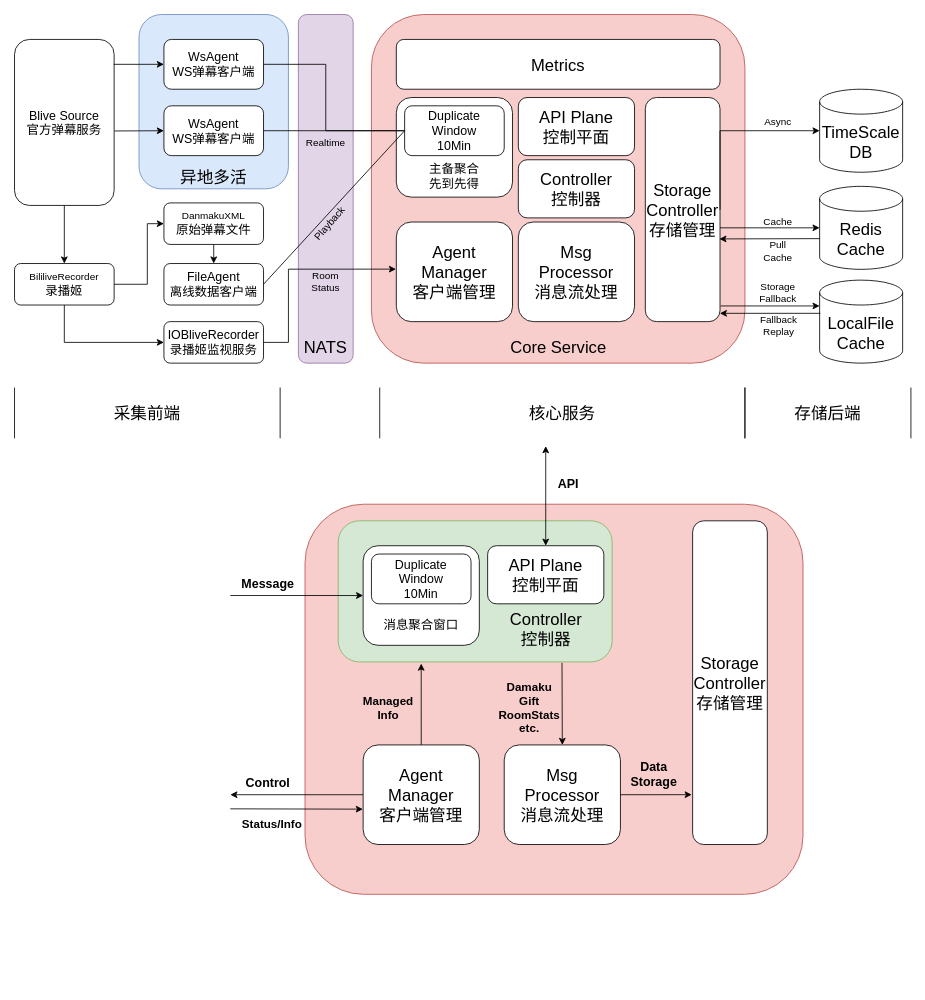
The draw.io diagram page "io-blive-damaku" (2 of 2) of docs/biliCenter.drawio in TiyaAnlite/FocotServices, before the edit. Source tidied: cells renumbered, new cells numbered last; positions are measured from the earlier drawing's top-left corner, leaving out a move shared by most shapes. Both pictures are drawn from the tidied source at 83%, with x=0, y=0 at pixel (14, 14).
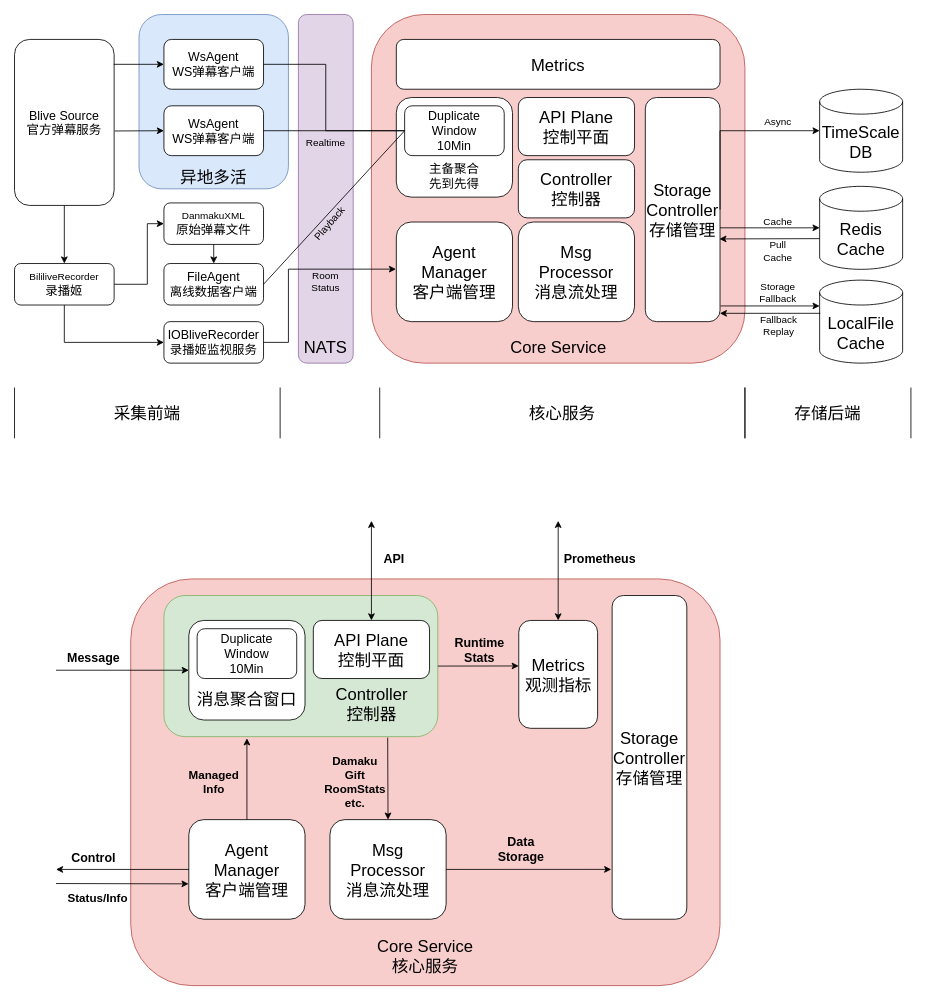
The same diagram, later.

What changed in the source:
```diff
@@
     <mxCell id="53" style="rounded=1;whiteSpace=wrap;html=1;fillColor=#f8cecc;strokeColor=#b85450;" parent="1" vertex="1">
-      <mxGeometry x="350" y="590" width="600" height="470" as="geometry" />
+      <mxGeometry x="140" y="680" width="710" height="490" as="geometry" />
     </mxCell>
     <mxCell id="54" style="rounded=1;whiteSpace=wrap;html=1;fontSize=20;fillColor=#d5e8d4;strokeColor=#82b366;" parent="1" vertex="1">
-      <mxGeometry x="390" y="610" width="330" height="170" as="geometry" />
+      <mxGeometry x="180" y="700" width="330" height="170" as="geometry" />
     </mxCell>
     <mxCell id="55" style="rounded=1;whiteSpace=wrap;html=1;" parent="1" vertex="1">
-      <mxGeometry x="420" y="640" width="140" height="120" as="geometry" />
+      <mxGeometry x="210" y="730" width="140" height="120" as="geometry" />
     </mxCell>
     <mxCell id="56" value="Duplicate Window&lt;div&gt;10Min&lt;/div&gt;" style="rounded=1;whiteSpace=wrap;html=1;fontSize=15;" parent="1" vertex="1">
-      <mxGeometry x="430" y="650" width="120" height="60" as="geometry" />
+      <mxGeometry x="220" y="740" width="120" height="60" as="geometry" />
     </mxCell>
-    <mxCell id="57" value="&lt;span style=&quot;font-size: 15px;&quot;&gt;消息聚合窗口&lt;/span&gt;" style="text;html=1;align=center;verticalAlign=middle;whiteSpace=wrap;rounded=0;" parent="1" vertex="1">
-      <mxGeometry x="430" y="720" width="120" height="30" as="geometry" />
+    <mxCell id="57" value="&lt;span&gt;消息聚合窗口&lt;/span&gt;" style="text;html=1;align=center;verticalAlign=middle;whiteSpace=wrap;rounded=0;fontSize=20;fontStyle=0;" parent="1" vertex="1">
+      <mxGeometry x="215" y="810" width="130" height="30" as="geometry" />
     </mxCell>
     <mxCell id="58" value="&lt;span style=&quot;font-size: 20px; text-wrap-mode: wrap;&quot;&gt;Controller&lt;/span&gt;&lt;br style=&quot;font-size: 20px; text-wrap-mode: wrap;&quot;&gt;&lt;div style=&quot;font-size: 20px; text-wrap-mode: wrap;&quot;&gt;控制器&lt;/div&gt;" style="text;html=1;align=center;verticalAlign=middle;strokeColor=none;fillColor=none;" parent="1" vertex="1">
-      <mxGeometry x="585" y="710" width="110" height="60" as="geometry" />
+      <mxGeometry x="375" y="800" width="110" height="60" as="geometry" />
     </mxCell>
     <mxCell id="59" style="endArrow=classic;html=1;rounded=0;entryX=0;entryY=0.5;entryDx=0;entryDy=0;" parent="1" edge="1" target="55">
       <mxGeometry relative="1" as="geometry">
-        <mxPoint x="260" y="700" as="sourcePoint" />
+        <mxPoint x="50" y="790" as="sourcePoint" />
       </mxGeometry>
     </mxCell>
     <mxCell id="60" value="&lt;font style=&quot;font-size: 15px;&quot;&gt;&lt;b&gt;Message&lt;/b&gt;&lt;/font&gt;" style="text;html=1;align=center;verticalAlign=middle;strokeColor=none;fillColor=none;" parent="1" vertex="1">
-      <mxGeometry x="260" y="670" width="90" height="30" as="geometry" />
+      <mxGeometry x="50" y="760" width="90" height="30" as="geometry" />
     </mxCell>
     <mxCell id="61" value="Agent&lt;div&gt;Manager&lt;div&gt;客户端管理&lt;/div&gt;&lt;/div&gt;" style="rounded=1;whiteSpace=wrap;html=1;fontSize=20;" parent="1" vertex="1">
-      <mxGeometry x="420" y="880" width="140" height="120" as="geometry" />
+      <mxGeometry x="210" y="970" width="140" height="120" as="geometry" />
     </mxCell>
     <mxCell id="62" value="&lt;font style=&quot;font-size: 14px;&quot;&gt;&lt;b&gt;Status/Info&lt;/b&gt;&lt;/font&gt;" style="text;html=1;align=center;verticalAlign=middle;strokeColor=none;fillColor=none;" parent="1" vertex="1">
-      <mxGeometry x="260" y="960" width="100" height="30" as="geometry" />
+      <mxGeometry x="50" y="1050" width="100" height="30" as="geometry" />
     </mxCell>
     <mxCell id="63" style="endArrow=classic;html=1;rounded=0;exitX=0;exitY=0.5;exitDx=0;exitDy=0;" parent="1" edge="1" source="61">
       <mxGeometry relative="1" as="geometry">
-        <mxPoint x="260" y="940" as="targetPoint" />
+        <mxPoint x="50" y="1030" as="targetPoint" />
       </mxGeometry>
     </mxCell>
     <mxCell id="64" value="&lt;font style=&quot;font-size: 15px;&quot;&gt;&lt;b&gt;Control&lt;/b&gt;&lt;/font&gt;" style="text;html=1;align=center;verticalAlign=middle;strokeColor=none;fillColor=none;" parent="1" vertex="1">
-      <mxGeometry x="265" y="910" width="80" height="30" as="geometry" />
+      <mxGeometry x="55" y="1000" width="80" height="30" as="geometry" />
     </mxCell>
     <mxCell id="65" value="API&amp;nbsp;&lt;span style=&quot;background-color: transparent; color: light-dark(rgb(0, 0, 0), rgb(255, 255, 255));&quot;&gt;Plane&lt;/span&gt;&lt;div&gt;控制平面&lt;/div&gt;" style="rounded=1;whiteSpace=wrap;html=1;fontSize=20;" parent="1" vertex="1">
-      <mxGeometry x="570" y="640" width="140" height="70" as="geometry" />
+      <mxGeometry x="360" y="730" width="140" height="70" as="geometry" />
     </mxCell>
     <mxCell id="66" style="endArrow=classic;startArrow=classic;html=1;rounded=0;exitX=0.5;exitY=0;exitDx=0;exitDy=0;" parent="1" edge="1" source="65">
       <mxGeometry relative="1" as="geometry">
-        <mxPoint x="640" y="520" as="targetPoint" />
+        <mxPoint x="430" y="610" as="targetPoint" />
       </mxGeometry>
     </mxCell>
     <mxCell id="67" value="&lt;b&gt;API&lt;/b&gt;" style="text;html=1;align=center;verticalAlign=middle;strokeColor=none;fillColor=none;fontSize=15;" parent="1" vertex="1">
-      <mxGeometry x="642" y="550" width="50" height="30" as="geometry" />
+      <mxGeometry x="432" y="640" width="50" height="30" as="geometry" />
     </mxCell>
     <mxCell id="68" value="Msg&lt;div&gt;Processor&lt;br&gt;&lt;div&gt;消息流处理&lt;/div&gt;&lt;/div&gt;" style="rounded=1;whiteSpace=wrap;html=1;fontSize=20;" parent="1" vertex="1">
-      <mxGeometry x="590" y="880" width="140" height="120" as="geometry" />
+      <mxGeometry x="380" y="970" width="140" height="120" as="geometry" />
     </mxCell>
@@
     <mxCell id="70" value="&lt;font style=&quot;font-size: 14px;&quot;&gt;&lt;b&gt;Damaku&lt;/b&gt;&lt;/font&gt;&lt;div&gt;&lt;span style=&quot;font-size: 14px;&quot;&gt;&lt;b&gt;Gift&lt;/b&gt;&lt;/span&gt;&lt;/div&gt;&lt;div&gt;&lt;span style=&quot;font-size: 14px;&quot;&gt;&lt;b&gt;RoomStats&lt;/b&gt;&lt;/span&gt;&lt;/div&gt;&lt;div&gt;&lt;span style=&quot;font-size: 14px;&quot;&gt;&lt;b&gt;etc.&lt;/b&gt;&lt;/span&gt;&lt;/div&gt;" style="text;html=1;align=center;verticalAlign=middle;strokeColor=none;fillColor=none;" parent="1" vertex="1">
-      <mxGeometry x="570" y="795" width="100" height="80" as="geometry" />
+      <mxGeometry x="360" y="885" width="100" height="80" as="geometry" />
     </mxCell>
     <mxCell id="71" value="Storage Controller&lt;div&gt;存储管理&lt;/div&gt;" style="rounded=1;whiteSpace=wrap;html=1;fontSize=20;" parent="1" vertex="1">
-      <mxGeometry x="817" y="610" width="90" height="390" as="geometry" />
+      <mxGeometry x="720" y="700" width="90" height="390" as="geometry" />
     </mxCell>
@@
     <mxCell id="73" value="&lt;font style=&quot;font-size: 15px;&quot;&gt;&lt;b&gt;Data&lt;/b&gt;&lt;/font&gt;&lt;div&gt;&lt;font style=&quot;font-size: 15px;&quot;&gt;&lt;b&gt;Storage&lt;/b&gt;&lt;/font&gt;&lt;/div&gt;" style="text;html=1;align=center;verticalAlign=middle;strokeColor=none;fillColor=none;" parent="1" vertex="1">
-      <mxGeometry x="730" y="890" width="80" height="50" as="geometry" />
+      <mxGeometry x="570" y="980" width="80" height="50" as="geometry" />
     </mxCell>
     <mxCell id="74" style="endArrow=classic;html=1;rounded=0;entryX=-0.002;entryY=0.645;entryDx=0;entryDy=0;entryPerimeter=0;" parent="1" edge="1" target="61">
       <mxGeometry relative="1" as="geometry">
-        <mxPoint x="260" y="957" as="sourcePoint" />
+        <mxPoint x="50" y="1047" as="sourcePoint" />
       </mxGeometry>
     </mxCell>
@@
     <mxCell id="76" value="&lt;font style=&quot;font-size: 14px;&quot;&gt;&lt;b&gt;Managed&lt;/b&gt;&lt;/font&gt;&lt;div&gt;&lt;font style=&quot;font-size: 14px;&quot;&gt;&lt;b&gt;Info&lt;/b&gt;&lt;/font&gt;&lt;/div&gt;" style="text;html=1;align=center;verticalAlign=middle;strokeColor=none;fillColor=none;" parent="1" vertex="1">
-      <mxGeometry x="410" y="810" width="80" height="50" as="geometry" />
+      <mxGeometry x="200" y="900" width="80" height="50" as="geometry" />
     </mxCell>
+    <mxCell id="77" value="Metrics&lt;div&gt;观测指标&lt;/div&gt;" style="rounded=1;whiteSpace=wrap;html=1;fontSize=20;" parent="1" vertex="1">
+      <mxGeometry x="607.5" y="730" width="95" height="130" as="geometry" />
+    </mxCell>
+    <mxCell id="78" value="&lt;b&gt;Prometheus&lt;/b&gt;" style="text;html=1;align=center;verticalAlign=middle;strokeColor=none;fillColor=none;fontSize=15;" parent="1" vertex="1">
+      <mxGeometry x="650" y="640" width="110" height="30" as="geometry" />
+    </mxCell>
+    <mxCell id="79" style="endArrow=classic;startArrow=classic;html=1;rounded=0;exitX=0.5;exitY=0;exitDx=0;exitDy=0;" parent="1" edge="1">
+      <mxGeometry relative="1" as="geometry">
+        <mxPoint x="655" y="730" as="sourcePoint" />
+        <mxPoint x="655" y="610" as="targetPoint" />
+      </mxGeometry>
+    </mxCell>
+    <mxCell id="80" style="endArrow=classic;html=1;rounded=0;exitX=1;exitY=0.5;exitDx=0;exitDy=0;entryX=0;entryY=0.422;entryDx=0;entryDy=0;entryPerimeter=0;" parent="1" edge="1" source="54" target="77">
+      <mxGeometry relative="1" as="geometry" />
+    </mxCell>
+    <mxCell id="81" value="&lt;b&gt;Runtime&lt;/b&gt;&lt;div&gt;&lt;b&gt;Stats&lt;/b&gt;&lt;/div&gt;" style="text;html=1;align=center;verticalAlign=middle;strokeColor=none;fillColor=none;fontSize=15;" parent="1" vertex="1">
+      <mxGeometry x="520" y="740" width="80" height="50" as="geometry" />
+    </mxCell>
+    <mxCell id="82" value="&lt;span style=&quot;font-size: 20px;&quot;&gt;Core Service&lt;/span&gt;&lt;div&gt;&lt;span style=&quot;font-size: 20px;&quot;&gt;核心服务&lt;/span&gt;&lt;/div&gt;" style="text;html=1;align=center;verticalAlign=middle;whiteSpace=wrap;rounded=0;" parent="1" vertex="1">
+      <mxGeometry x="165" y="1119" width="660" height="30" as="geometry" />
+    </mxCell>
```
